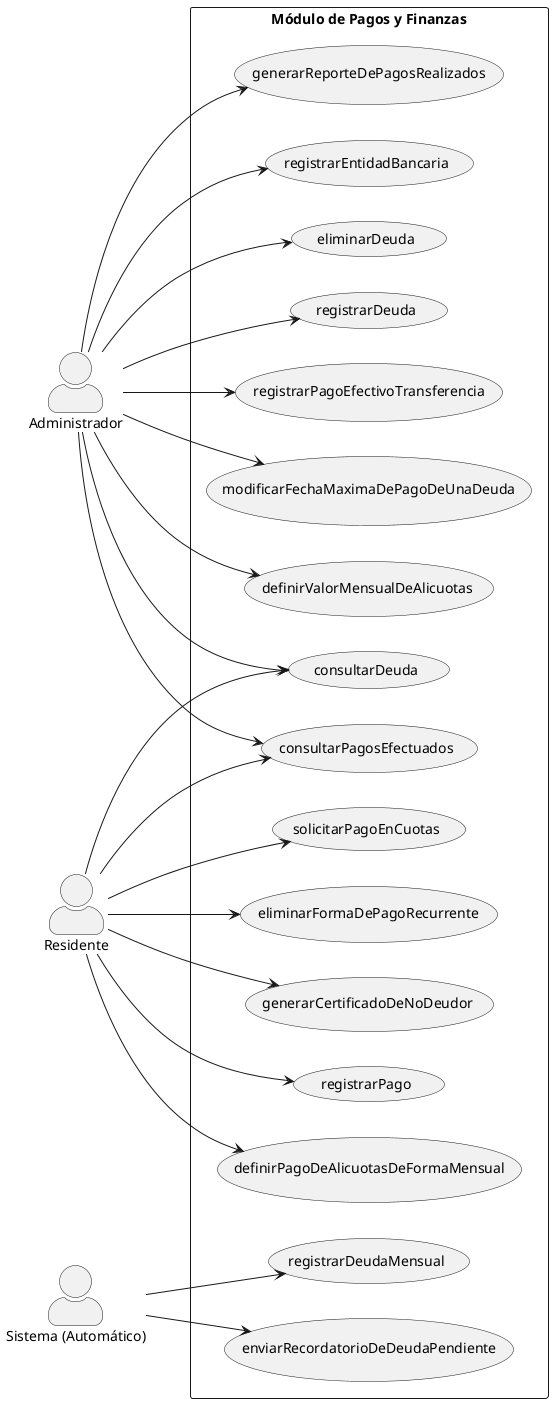
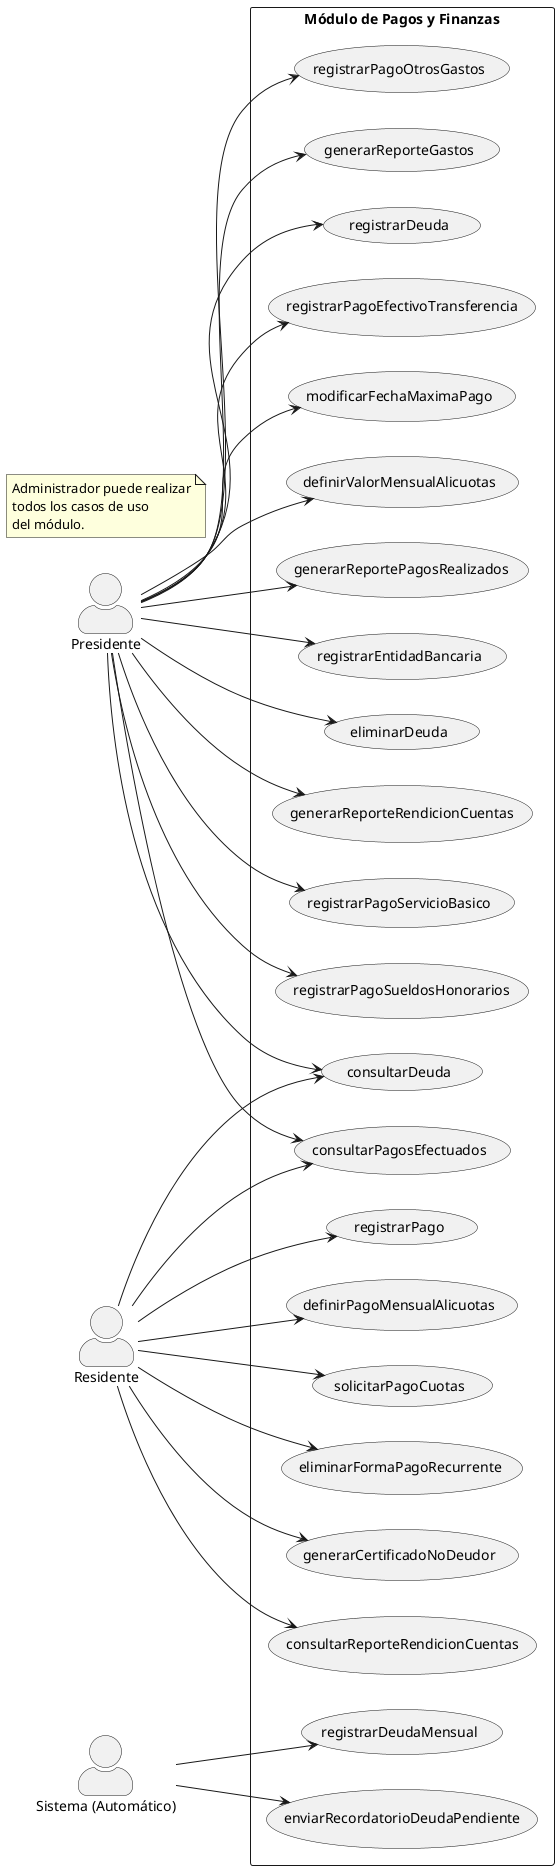
@startuml
skinparam actorStyle awesome
left to right direction

- actor "Administrador" as Admin
+ actor "Presidente" as Presidente
actor "Residente" as Residente
actor "Sistema (Automático)" as Sistema

+ note as N1
+ Administrador puede realizar
+ todos los casos de uso
+ del módulo.
+ end note
+ 
rectangle "Módulo de Pagos y Finanzas" {
-     ' CASOS DE USO DEL ADMINISTRADOR
-     usecase "registrarDeuda" as UC_RegistrarDeuda
-     usecase "registrarPagoEfectivoTransferencia" as UC_PagoAdmin
-     usecase "modificarFechaMaximaDePagoDeUnaDeuda" as UC_R1
-     usecase "definirValorMensualDeAlicuotas" as UC_R3
-     usecase "generarReporteDePagosRealizados" as UC_B1
-     usecase "registrarEntidadBancaria" as UC_F1
-     usecase "eliminarDeuda" as UC_F5
+ 
+     ' CASOS DE USO DEL PRESIDENTE
+     usecase "registrarDeuda" as RegistrarDeuda
+     usecase "registrarPagoEfectivoTransferencia" as RegistrarPagoEfectivoTransferencia
+     usecase "modificarFechaMaximaPago" as ModificarFechaMaximaPago
+     usecase "definirValorMensualAlicuotas" as DefinirValorMensualAlicuotas
+     usecase "generarReportePagosRealizados" as GenerarReportePagos
+     usecase "registrarEntidadBancaria" as RegistrarEntidadBancaria
+     usecase "eliminarDeuda" as EliminarDeuda
+     usecase "generarReporteRendicionCuentas" as GenerarReporteRendicionCuentas
+     usecase "registrarPagoServicioBasico" as RegistrarPagoServicioBasico
+     usecase "registrarPagoSueldosHonorarios" as RegistrarPagoSueldosHonorarios
+     usecase "registrarPagoOtrosGastos" as RegistrarPagoOtrosGastos
+     usecase "generarReporteGastos" as GenerarReporteGastos

    ' CASOS DE USO DEL RESIDENTE
-     usecase "registrarPago" as UC_PagoResidente
-     usecase "definirPagoDeAlicuotasDeFormaMensual" as UC_R4
-     usecase "solicitarPagoEnCuotas" as UC_F3
-     usecase "eliminarFormaDePagoRecurrente" as UC_F4
-     usecase "generarCertificadoDeNoDeudor" as UC_F6
+     usecase "registrarPago" as RegistrarPago
+     usecase "definirPagoMensualAlicuotas" as DefinirPagoMensualAlicuotas
+     usecase "solicitarPagoCuotas" as SolicitarPagoCuotas
+     usecase "eliminarFormaPagoRecurrente" as EliminarFormaPagoRecurrente
+     usecase "generarCertificadoNoDeudor" as GenerarCertificadoNoDeudor
+     usecase "consultarReporteRendicionCuentas" as ConsultarReporteRendicionCuentas

-     ' CASOS DE USO COMPARTIDOS (Admin y Residente)
-     usecase "consultarDeuda" as UC_ConsultarDeuda
-     usecase "consultarPagosEfectuados" as UC_F2
+     ' CASOS DE USO COMPARTIDOS
+     usecase "consultarDeuda" as ConsultarDeuda
+     usecase "consultarPagosEfectuados" as ConsultarPagosEfectuados

    ' CASOS DE USO DEL SISTEMA
-     usecase "registrarDeudaMensual" as UC_DeudaMensualSistema
-     usecase "enviarRecordatorioDeDeudaPendiente" as UC_B2
+     usecase "registrarDeudaMensual" as RegistrarDeudaMensual
+     usecase "enviarRecordatorioDeudaPendiente" as EnviarRecordatorioDeuda
}

- ' --- Relaciones del Residente ---
- Residente --> UC_PagoResidente
- Residente --> UC_ConsultarDeuda
- Residente --> UC_F2
- Residente --> UC_F3
- Residente --> UC_F4
- Residente --> UC_F6
- Residente --> UC_R4
+ ' ------------------------
+ ' Relaciones del Residente
+ ' ------------------------
+ Residente --> RegistrarPago
+ Residente --> ConsultarDeuda
+ Residente --> ConsultarPagosEfectuados
+ Residente --> SolicitarPagoCuotas
+ Residente --> EliminarFormaPagoRecurrente
+ Residente --> GenerarCertificadoNoDeudor
+ Residente --> DefinirPagoMensualAlicuotas
+ Residente --> ConsultarReporteRendicionCuentas

- ' --- Relaciones del Administrador ---
- Admin --> UC_RegistrarDeuda
- Admin --> UC_PagoAdmin
- Admin --> UC_ConsultarDeuda
- Admin --> UC_R1
- Admin --> UC_R3
- Admin --> UC_B1
- Admin --> UC_F1
- Admin --> UC_F2
- Admin --> UC_F5
+ ' ------------------------
+ ' Relaciones del Presidente
+ ' ------------------------
+ Presidente --> RegistrarDeuda
+ Presidente --> RegistrarPagoEfectivoTransferencia
+ Presidente --> ConsultarDeuda
+ Presidente --> ModificarFechaMaximaPago
+ Presidente --> DefinirValorMensualAlicuotas
+ Presidente --> GenerarReportePagos
+ Presidente --> RegistrarEntidadBancaria
+ Presidente --> ConsultarPagosEfectuados
+ Presidente --> EliminarDeuda
+ Presidente --> GenerarReporteRendicionCuentas
+ Presidente --> RegistrarPagoServicioBasico
+ Presidente --> RegistrarPagoSueldosHonorarios
+ Presidente --> RegistrarPagoOtrosGastos
+ Presidente --> GenerarReporteGastos

- ' --- Relaciones del Sistema (Procesos Automáticos) ---
- Sistema --> UC_B2
- Sistema --> UC_DeudaMensualSistema
+ ' ------------------------
+ ' Relaciones del Sistema
+ ' ------------------------
+ Sistema --> EnviarRecordatorioDeuda
+ Sistema --> RegistrarDeudaMensual
+ 

@enduml